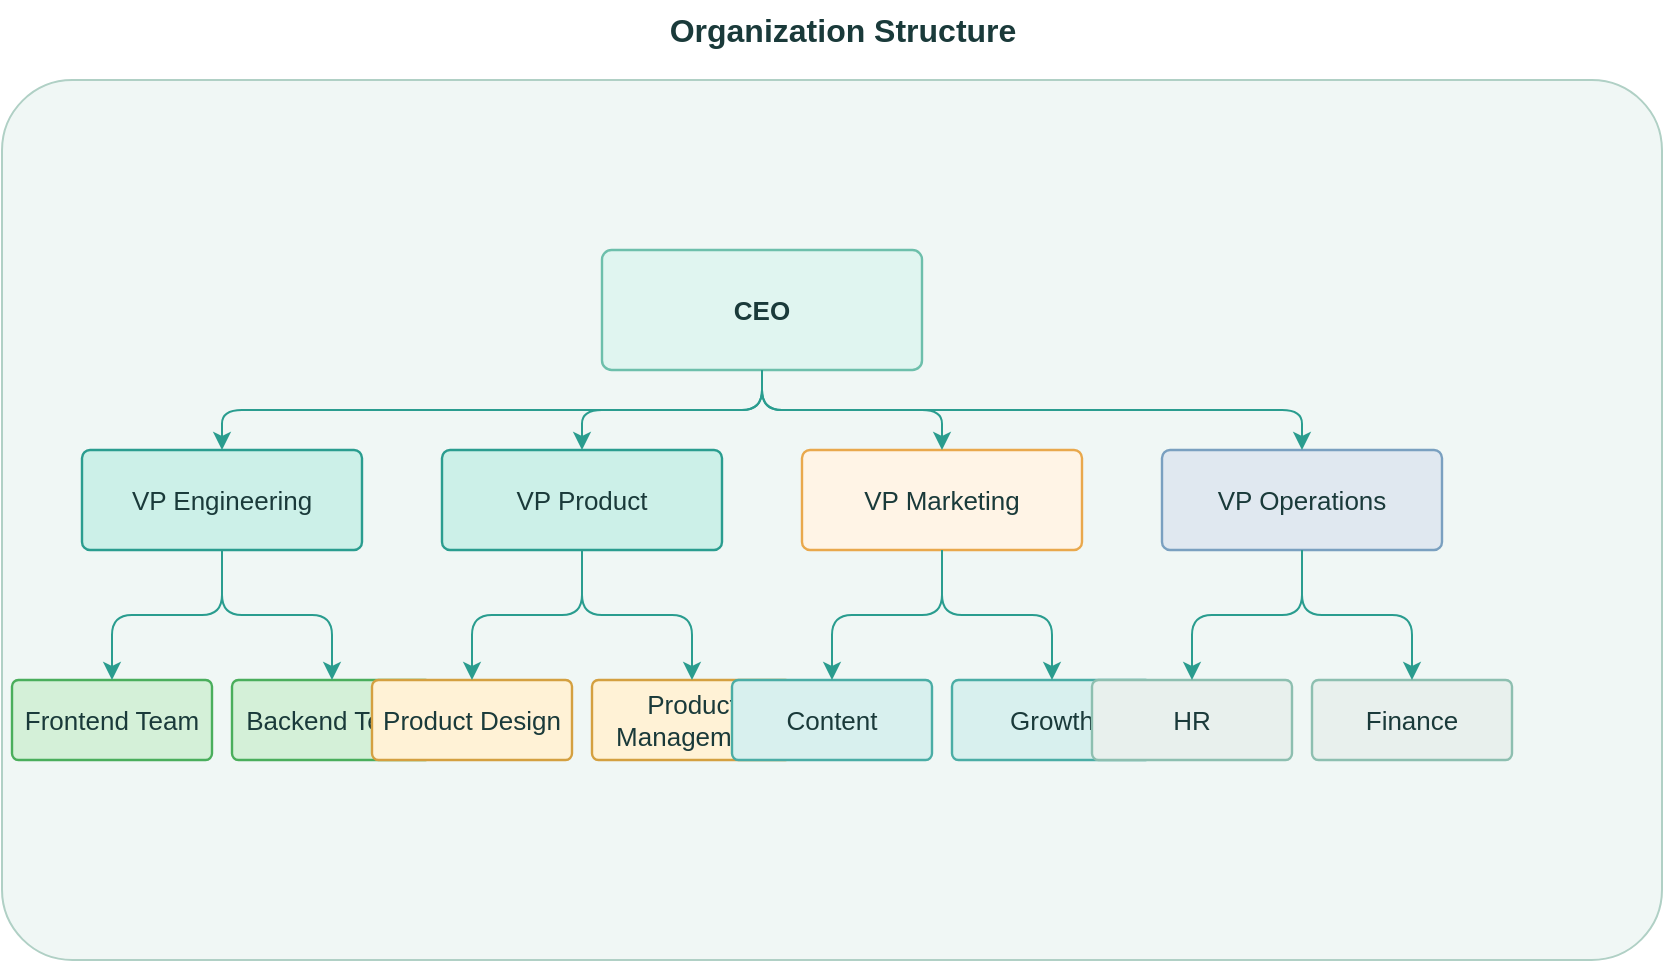
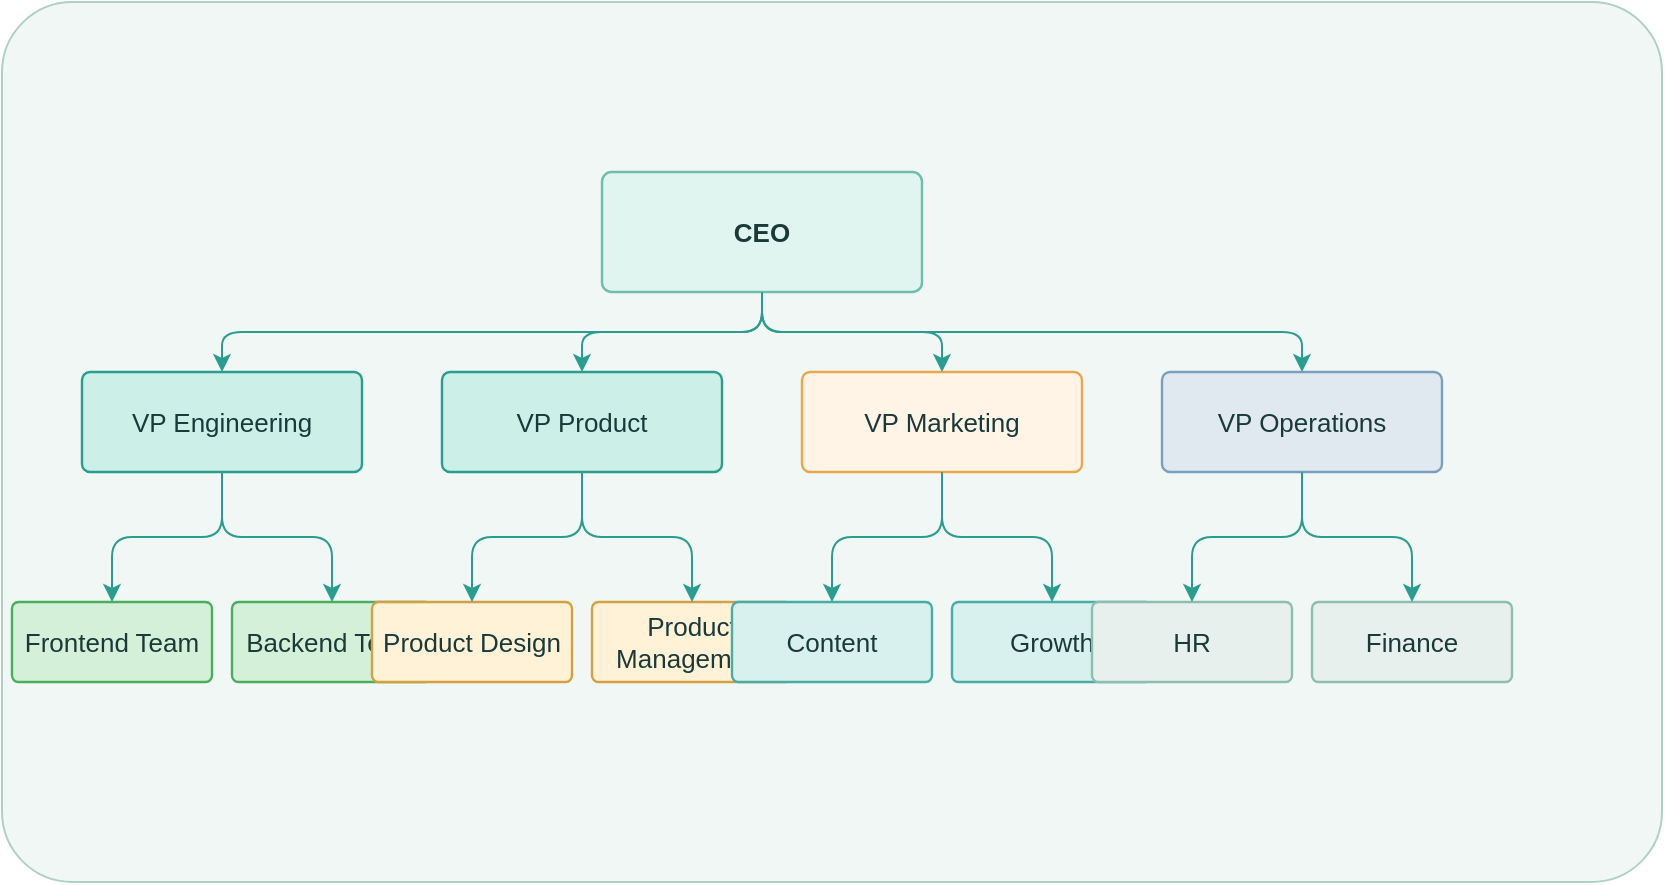
<?xml version="1.0" encoding="UTF-8"?>
<mxGraphModel adaptiveColors="auto">
  <root>
    <mxCell id="0"/>
    <mxCell id="1" parent="0"/>
    <!-- Container -->
    <mxCell id="2" value="" style="rounded=1;whiteSpace=wrap;html=1;arcSize=8;strokeWidth=1;strokeDashPattern=4 3;fillColor=#F0F7F5;strokeColor=#B0D0C5;container=1;collapsible=0;recursiveResize=0;pointerEvents=0;" parent="1" vertex="1">
      <mxGeometry x="0" y="55" width="830" height="440" as="geometry"/>
-     </mxCell>
-     <!-- Title -->
-     <mxCell id="3" value="Organization Structure" style="text;html=1;align=center;verticalAlign=middle;fontSize=16;fontColor=#1A3A3A;fontStyle=1;strokeColor=none;fillColor=none;" parent="1" vertex="1">
-       <mxGeometry x="280" y="15" width="280" height="30" as="geometry"/>
    </mxCell>
    <!-- CEO (primary) -->
    <mxCell id="4" value="CEO" style="rounded=1;whiteSpace=wrap;html=1;arcSize=8;strokeWidth=1.2;fontSize=13;fontStyle=1;fontColor=#1A3A3A;fillColor=#E0F5F0;strokeColor=#6DBFAB;" parent="2" vertex="1">
      <mxGeometry x="300" y="85" width="160" height="60" as="geometry"/>
    </mxCell>
    <!-- VP Engineering (process) -->
    <mxCell id="5" value="VP Engineering" style="rounded=1;whiteSpace=wrap;html=1;arcSize=8;strokeWidth=1.2;fontSize=13;fontColor=#1A3A3A;fillColor=#CCF0E8;strokeColor=#2A9D8F;" parent="2" vertex="1">
      <mxGeometry x="40" y="185" width="140" height="50" as="geometry"/>
    </mxCell>
    <!-- VP Product (process) -->
    <mxCell id="6" value="VP Product" style="rounded=1;whiteSpace=wrap;html=1;arcSize=8;strokeWidth=1.2;fontSize=13;fontColor=#1A3A3A;fillColor=#CCF0E8;strokeColor=#2A9D8F;" parent="2" vertex="1">
      <mxGeometry x="220" y="185" width="140" height="50" as="geometry"/>
    </mxCell>
    <!-- VP Marketing (accent) -->
    <mxCell id="7" value="VP Marketing" style="rounded=1;whiteSpace=wrap;html=1;arcSize=8;strokeWidth=1.2;fontSize=13;fontColor=#1A3A3A;fillColor=#FFF4E6;strokeColor=#E9A84C;" parent="2" vertex="1">
      <mxGeometry x="400" y="185" width="140" height="50" as="geometry"/>
    </mxCell>
    <!-- VP Operations (secondary) -->
    <mxCell id="8" value="VP Operations" style="rounded=1;whiteSpace=wrap;html=1;arcSize=8;strokeWidth=1.2;fontSize=13;fontColor=#1A3A3A;fillColor=#E0E8F0;strokeColor=#7AA0C0;" parent="2" vertex="1">
      <mxGeometry x="580" y="185" width="140" height="50" as="geometry"/>
    </mxCell>
    <!-- Frontend Team (success) -->
    <mxCell id="9" value="Frontend Team" style="rounded=1;whiteSpace=wrap;html=1;arcSize=8;strokeWidth=1.2;fontSize=13;fontColor=#1A3A3A;fillColor=#D4F0D8;strokeColor=#4AAE5C;" parent="2" vertex="1">
      <mxGeometry x="5" y="300" width="100" height="40" as="geometry"/>
    </mxCell>
    <!-- Backend Team (success) -->
    <mxCell id="10" value="Backend Team" style="rounded=1;whiteSpace=wrap;html=1;arcSize=8;strokeWidth=1.2;fontSize=13;fontColor=#1A3A3A;fillColor=#D4F0D8;strokeColor=#4AAE5C;" parent="2" vertex="1">
      <mxGeometry x="115" y="300" width="100" height="40" as="geometry"/>
    </mxCell>
    <!-- Product Design (warning) -->
    <mxCell id="11" value="Product Design" style="rounded=1;whiteSpace=wrap;html=1;arcSize=8;strokeWidth=1.2;fontSize=13;fontColor=#1A3A3A;fillColor=#FFF2D6;strokeColor=#D4A040;" parent="2" vertex="1">
      <mxGeometry x="185" y="300" width="100" height="40" as="geometry"/>
    </mxCell>
    <!-- Product Management (warning) -->
    <mxCell id="12" value="Product Management" style="rounded=1;whiteSpace=wrap;html=1;arcSize=8;strokeWidth=1.2;fontSize=13;fontColor=#1A3A3A;fillColor=#FFF2D6;strokeColor=#D4A040;" parent="2" vertex="1">
      <mxGeometry x="295" y="300" width="100" height="40" as="geometry"/>
    </mxCell>
    <!-- Content (storage) -->
    <mxCell id="13" value="Content" style="rounded=1;whiteSpace=wrap;html=1;arcSize=8;strokeWidth=1.2;fontSize=13;fontColor=#1A3A3A;fillColor=#D8F0EE;strokeColor=#4AADA5;" parent="2" vertex="1">
      <mxGeometry x="365" y="300" width="100" height="40" as="geometry"/>
    </mxCell>
    <!-- Growth (storage) -->
    <mxCell id="14" value="Growth" style="rounded=1;whiteSpace=wrap;html=1;arcSize=8;strokeWidth=1.2;fontSize=13;fontColor=#1A3A3A;fillColor=#D8F0EE;strokeColor=#4AADA5;" parent="2" vertex="1">
      <mxGeometry x="475" y="300" width="100" height="40" as="geometry"/>
    </mxCell>
    <!-- HR (neutral) -->
    <mxCell id="15" value="HR" style="rounded=1;whiteSpace=wrap;html=1;arcSize=8;strokeWidth=1.2;fontSize=13;fontColor=#1A3A3A;fillColor=#E8F0ED;strokeColor=#8DBFB0;" parent="2" vertex="1">
      <mxGeometry x="545" y="300" width="100" height="40" as="geometry"/>
    </mxCell>
    <!-- Finance (neutral) -->
    <mxCell id="16" value="Finance" style="rounded=1;whiteSpace=wrap;html=1;arcSize=8;strokeWidth=1.2;fontSize=13;fontColor=#1A3A3A;fillColor=#E8F0ED;strokeColor=#8DBFB0;" parent="2" vertex="1">
      <mxGeometry x="655" y="300" width="100" height="40" as="geometry"/>
    </mxCell>
    <!-- CEO to VP Engineering -->
    <mxCell id="17" style="edgeStyle=orthogonalEdgeStyle;rounded=1;html=1;strokeWidth=1;endArrow=classic;endFill=1;strokeColor=#2A9D8F;exitX=0.5;exitY=1;entryX=0.5;entryY=0;" parent="2" source="4" target="5" edge="1">
      <mxGeometry relative="1" as="geometry"/>
    </mxCell>
    <!-- CEO to VP Product -->
    <mxCell id="18" style="edgeStyle=orthogonalEdgeStyle;rounded=1;html=1;strokeWidth=1;endArrow=classic;endFill=1;strokeColor=#2A9D8F;exitX=0.5;exitY=1;entryX=0.5;entryY=0;" parent="2" source="4" target="6" edge="1">
      <mxGeometry relative="1" as="geometry"/>
    </mxCell>
    <!-- CEO to VP Marketing -->
    <mxCell id="19" style="edgeStyle=orthogonalEdgeStyle;rounded=1;html=1;strokeWidth=1;endArrow=classic;endFill=1;strokeColor=#2A9D8F;exitX=0.5;exitY=1;entryX=0.5;entryY=0;" parent="2" source="4" target="7" edge="1">
      <mxGeometry relative="1" as="geometry"/>
    </mxCell>
    <!-- CEO to VP Operations -->
    <mxCell id="20" style="edgeStyle=orthogonalEdgeStyle;rounded=1;html=1;strokeWidth=1;endArrow=classic;endFill=1;strokeColor=#2A9D8F;exitX=0.5;exitY=1;entryX=0.5;entryY=0;" parent="2" source="4" target="8" edge="1">
      <mxGeometry relative="1" as="geometry"/>
    </mxCell>
    <!-- VP Engineering to Frontend Team -->
    <mxCell id="21" style="edgeStyle=orthogonalEdgeStyle;rounded=1;html=1;strokeWidth=1;endArrow=classic;endFill=1;strokeColor=#2A9D8F;exitX=0.5;exitY=1;entryX=0.5;entryY=0;" parent="2" source="5" target="9" edge="1">
      <mxGeometry relative="1" as="geometry"/>
    </mxCell>
    <!-- VP Engineering to Backend Team -->
    <mxCell id="22" style="edgeStyle=orthogonalEdgeStyle;rounded=1;html=1;strokeWidth=1;endArrow=classic;endFill=1;strokeColor=#2A9D8F;exitX=0.5;exitY=1;entryX=0.5;entryY=0;" parent="2" source="5" target="10" edge="1">
      <mxGeometry relative="1" as="geometry"/>
    </mxCell>
    <!-- VP Product to Product Design -->
    <mxCell id="23" style="edgeStyle=orthogonalEdgeStyle;rounded=1;html=1;strokeWidth=1;endArrow=classic;endFill=1;strokeColor=#2A9D8F;exitX=0.5;exitY=1;entryX=0.5;entryY=0;" parent="2" source="6" target="11" edge="1">
      <mxGeometry relative="1" as="geometry"/>
    </mxCell>
    <!-- VP Product to Product Management -->
    <mxCell id="24" style="edgeStyle=orthogonalEdgeStyle;rounded=1;html=1;strokeWidth=1;endArrow=classic;endFill=1;strokeColor=#2A9D8F;exitX=0.5;exitY=1;entryX=0.5;entryY=0;" parent="2" source="6" target="12" edge="1">
      <mxGeometry relative="1" as="geometry"/>
    </mxCell>
    <!-- VP Marketing to Content -->
    <mxCell id="25" style="edgeStyle=orthogonalEdgeStyle;rounded=1;html=1;strokeWidth=1;endArrow=classic;endFill=1;strokeColor=#2A9D8F;exitX=0.5;exitY=1;entryX=0.5;entryY=0;" parent="2" source="7" target="13" edge="1">
      <mxGeometry relative="1" as="geometry"/>
    </mxCell>
    <!-- VP Marketing to Growth -->
    <mxCell id="26" style="edgeStyle=orthogonalEdgeStyle;rounded=1;html=1;strokeWidth=1;endArrow=classic;endFill=1;strokeColor=#2A9D8F;exitX=0.5;exitY=1;entryX=0.5;entryY=0;" parent="2" source="7" target="14" edge="1">
      <mxGeometry relative="1" as="geometry"/>
    </mxCell>
    <!-- VP Operations to HR -->
    <mxCell id="27" style="edgeStyle=orthogonalEdgeStyle;rounded=1;html=1;strokeWidth=1;endArrow=classic;endFill=1;strokeColor=#2A9D8F;exitX=0.5;exitY=1;entryX=0.5;entryY=0;" parent="2" source="8" target="15" edge="1">
      <mxGeometry relative="1" as="geometry"/>
    </mxCell>
    <!-- VP Operations to Finance -->
    <mxCell id="28" style="edgeStyle=orthogonalEdgeStyle;rounded=1;html=1;strokeWidth=1;endArrow=classic;endFill=1;strokeColor=#2A9D8F;exitX=0.5;exitY=1;entryX=0.5;entryY=0;" parent="2" source="8" target="16" edge="1">
      <mxGeometry relative="1" as="geometry"/>
    </mxCell>
  </root>
</mxGraphModel>
